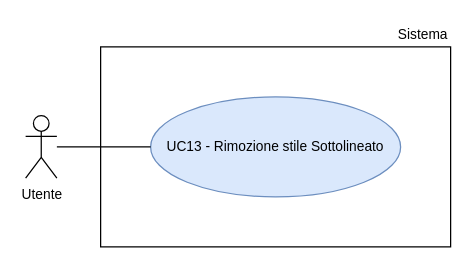
thebitless-group-swe/thebitless.github.io keeps this draw.io diagram as RTB/doc_esterna/analisi-dei-requisiti/assets/draw.io/UC13.drawio. Above is the earlier version. Source tidied: cells renumbered, new cells numbered last; positions are measured from the earlier drawing's top-left corner, leaving out a move shared by most shapes. Both pictures are drawn from the tidied source at 125%, with x=0, y=0 at pixel (25, 21).
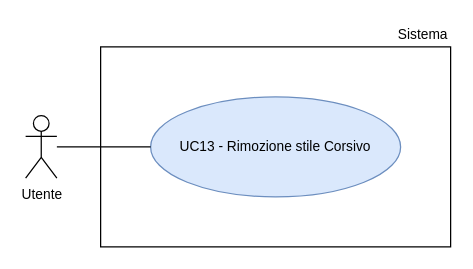
The same diagram, later.

Change to the diagram source:
```diff
@@
 <mxGraphModel>
   <root>
     <mxCell id="0" />
     <mxCell id="1" parent="0" />
     <mxCell id="2" value="Utente" style="shape=umlActor;verticalLabelPosition=bottom;verticalAlign=top;html=1;outlineConnect=0;fontSize=11;" parent="1" vertex="1">
       <mxGeometry y="75" width="25" height="50" as="geometry" />
     </mxCell>
     <mxCell id="3" style="rounded=0;whiteSpace=wrap;html=1;strokeWidth=1;" parent="1" vertex="1">
       <mxGeometry x="60" y="20" width="280" height="160" as="geometry" />
     </mxCell>
     <mxCell id="4" value="Sistema" style="text;html=1;whiteSpace=wrap;strokeColor=none;fillColor=none;align=right;verticalAlign=middle;fontSize=11;" parent="1" vertex="1">
       <mxGeometry x="270" width="70" height="20" as="geometry" />
     </mxCell>
-    <mxCell id="5" value="UC13 - Rimozione stile Sottolineato" style="ellipse;whiteSpace=wrap;html=1;fillColor=#dae8fc;strokeColor=#6c8ebf;fontSize=11;" parent="1" vertex="1">
+    <mxCell id="5" value="UC13 - Rimozione stile Corsivo" style="ellipse;whiteSpace=wrap;html=1;fillColor=#dae8fc;strokeColor=#6c8ebf;fontSize=11;" parent="1" vertex="1">
       <mxGeometry x="100" y="60" width="200" height="80" as="geometry" />
     </mxCell>
     <mxCell id="6" style="edgeStyle=none;rounded=0;jettySize=auto;html=1;endArrow=none;endFill=0;" parent="1" edge="1" source="2" target="5">
       <mxGeometry relative="1" as="geometry" />
     </mxCell>
   </root>
 </mxGraphModel>
```
